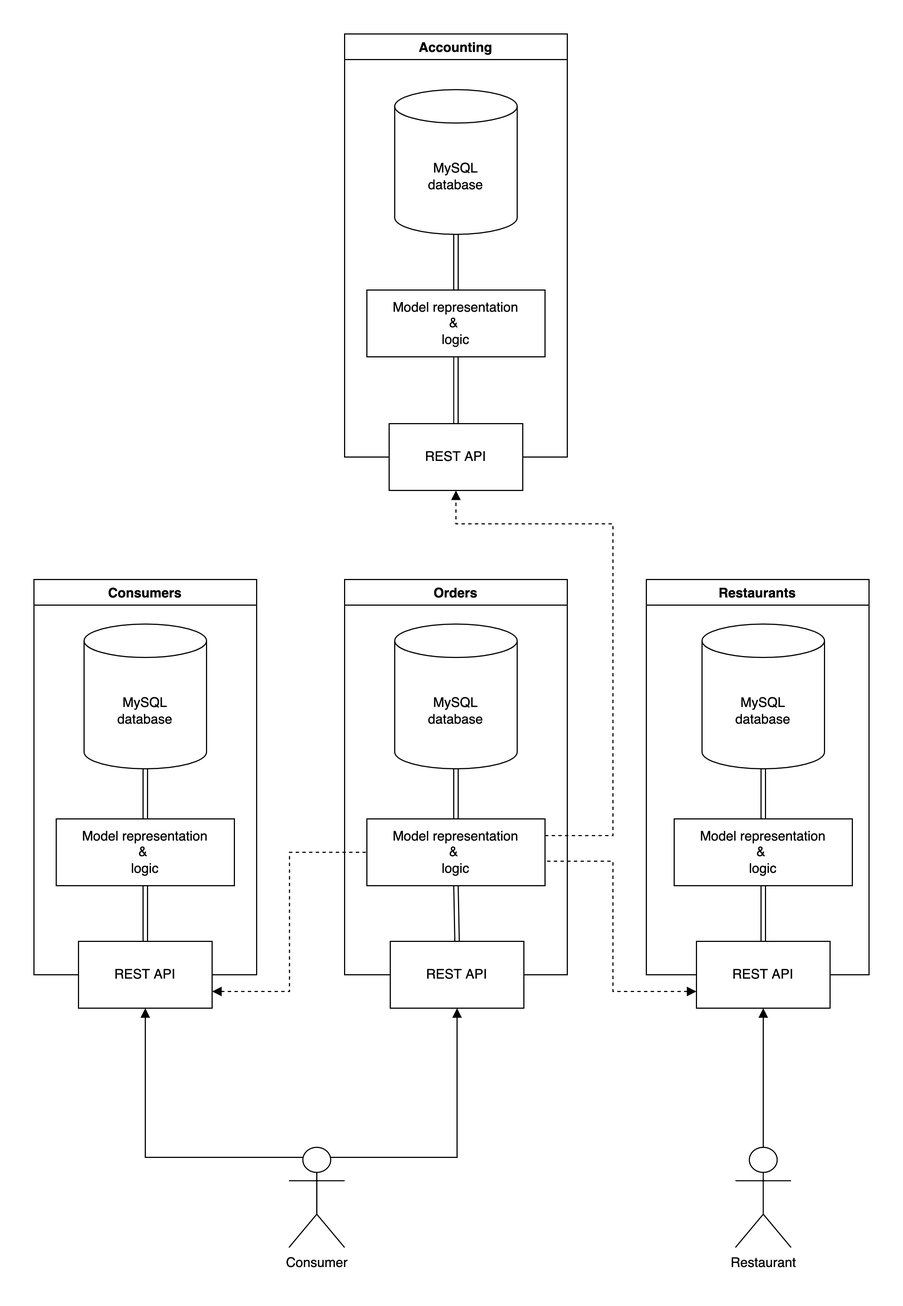
Before: assets/architecture.png, a diagram exported from draw.io (kaneeldias/ballerina-microservices-example). Source tidied: cells renumbered, new cells last; positions are measured from the earlier drawing's top-left corner, leaving out a move shared by most shapes.
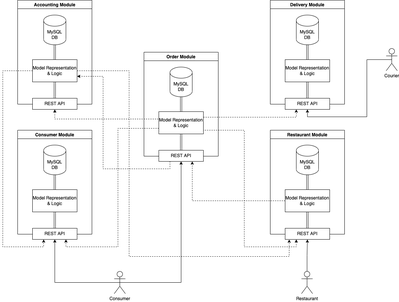
The same file after the commit.

Commit message:
Update README.md with consumer module doc

The edit, as a diff of the source:
```diff
@@ -2,113 +2,181 @@
   <root>
     <mxCell id="0" />
     <mxCell id="1" parent="0" />
-    <mxCell id="2" style="rounded=0;jettySize=auto;html=1;exitX=1;exitY=0.75;exitDx=0;exitDy=0;entryX=0;entryY=0.5;entryDx=0;entryDy=0;dashed=1;edgeStyle=orthogonalEdgeStyle;endArrow=none;endFill=0;startArrow=block;startFill=1;" parent="1" edge="1" source="17" target="14">
-      <mxGeometry relative="1" as="geometry" />
-    </mxCell>
-    <mxCell id="3" value="Consumers" style="swimlane;" parent="1" vertex="1">
-      <mxGeometry y="490" width="200" height="355" as="geometry" />
-    </mxCell>
-    <mxCell id="4" value="Model representation&lt;br&gt;&amp;amp;&amp;nbsp;&lt;br&gt;logic" style="rounded=0;whiteSpace=wrap;html=1;" parent="3" vertex="1">
-      <mxGeometry x="20" y="215" width="160" height="60" as="geometry" />
-    </mxCell>
-    <mxCell id="5" style="edgeStyle=orthogonalEdgeStyle;rounded=0;jettySize=auto;html=1;exitX=0.5;exitY=1;exitDx=0;exitDy=0;exitPerimeter=0;entryX=0.5;entryY=0;entryDx=0;entryDy=0;shape=link;" parent="3" edge="1" source="6" target="4">
-      <mxGeometry relative="1" as="geometry" />
-    </mxCell>
-    <mxCell id="6" value="MySQL&lt;br&gt;database" style="shape=cylinder3;whiteSpace=wrap;html=1;boundedLbl=1;backgroundOutline=1;size=15;" parent="3" vertex="1">
-      <mxGeometry x="45" y="40" width="110" height="130" as="geometry" />
-    </mxCell>
-    <mxCell id="7" style="edgeStyle=orthogonalEdgeStyle;rounded=0;jettySize=auto;html=1;exitX=0;exitY=0.75;exitDx=0;exitDy=0;dashed=1;endArrow=none;endFill=0;startArrow=block;startFill=1;" parent="1" edge="1" source="18">
-      <mxGeometry relative="1" as="geometry">
-        <mxPoint x="460" y="743" as="targetPoint" />
-        <Array as="points">
-          <mxPoint x="520" y="860" />
-          <mxPoint x="520" y="743" />
-        </Array>
-      </mxGeometry>
-    </mxCell>
-    <mxCell id="8" value="Restaurants" style="swimlane;" parent="1" vertex="1">
-      <mxGeometry x="550" y="490" width="200" height="355" as="geometry" />
-    </mxCell>
-    <mxCell id="9" value="Model representation&lt;br&gt;&amp;amp;&amp;nbsp;&lt;br&gt;logic" style="rounded=0;whiteSpace=wrap;html=1;" parent="8" vertex="1">
-      <mxGeometry x="25" y="215" width="160" height="60" as="geometry" />
-    </mxCell>
-    <mxCell id="10" style="edgeStyle=none;shape=link;rounded=0;jettySize=auto;html=1;exitX=0.5;exitY=1;exitDx=0;exitDy=0;exitPerimeter=0;entryX=0.5;entryY=0;entryDx=0;entryDy=0;" parent="8" edge="1" source="11" target="9">
-      <mxGeometry relative="1" as="geometry" />
-    </mxCell>
-    <mxCell id="11" value="MySQL&lt;br&gt;database" style="shape=cylinder3;whiteSpace=wrap;html=1;boundedLbl=1;backgroundOutline=1;size=15;" parent="8" vertex="1">
-      <mxGeometry x="50" y="40" width="110" height="130" as="geometry" />
-    </mxCell>
-    <mxCell id="12" style="rounded=0;jettySize=auto;html=1;exitX=1;exitY=0.25;exitDx=0;exitDy=0;entryX=0.5;entryY=1;entryDx=0;entryDy=0;startArrow=none;startFill=0;edgeStyle=orthogonalEdgeStyle;dashed=1;endArrow=block;endFill=1;" parent="1" edge="1" source="14" target="24">
-      <mxGeometry relative="1" as="geometry">
-        <Array as="points">
-          <mxPoint x="520" y="720" />
-          <mxPoint x="520" y="440" />
-          <mxPoint x="379" y="440" />
-        </Array>
-      </mxGeometry>
-    </mxCell>
-    <mxCell id="13" value="Orders" style="swimlane;" parent="1" vertex="1">
-      <mxGeometry x="279" y="490" width="200" height="355" as="geometry" />
-    </mxCell>
-    <mxCell id="14" value="Model representation&lt;br&gt;&amp;amp;&amp;nbsp;&lt;br&gt;logic" style="rounded=0;whiteSpace=wrap;html=1;" parent="13" vertex="1">
-      <mxGeometry x="20" y="215" width="160" height="60" as="geometry" />
-    </mxCell>
-    <mxCell id="15" style="edgeStyle=none;shape=link;rounded=0;jettySize=auto;html=1;exitX=0.5;exitY=1;exitDx=0;exitDy=0;exitPerimeter=0;entryX=0.5;entryY=0;entryDx=0;entryDy=0;" parent="13" edge="1" source="16" target="14">
-      <mxGeometry relative="1" as="geometry" />
-    </mxCell>
-    <mxCell id="16" value="MySQL&lt;br&gt;database" style="shape=cylinder3;whiteSpace=wrap;html=1;boundedLbl=1;backgroundOutline=1;size=15;" parent="13" vertex="1">
-      <mxGeometry x="45" y="40" width="110" height="130" as="geometry" />
-    </mxCell>
-    <mxCell id="17" value="REST API" style="rounded=0;whiteSpace=wrap;html=1;" parent="1" vertex="1">
-      <mxGeometry x="40" y="815" width="120" height="60" as="geometry" />
-    </mxCell>
-    <mxCell id="18" value="REST API" style="rounded=0;whiteSpace=wrap;html=1;" parent="1" vertex="1">
-      <mxGeometry x="595" y="815" width="120" height="60" as="geometry" />
-    </mxCell>
-    <mxCell id="19" value="REST API" style="rounded=0;whiteSpace=wrap;html=1;" parent="1" vertex="1">
-      <mxGeometry x="320" y="815" width="120" height="60" as="geometry" />
-    </mxCell>
-    <mxCell id="20" value="Accounting" style="swimlane;" parent="1" vertex="1">
-      <mxGeometry x="279" width="200" height="380" as="geometry" />
-    </mxCell>
-    <mxCell id="21" value="Model representation&lt;br&gt;&amp;amp;&amp;nbsp;&lt;br&gt;logic" style="rounded=0;whiteSpace=wrap;html=1;" parent="20" vertex="1">
-      <mxGeometry x="20" y="230" width="160" height="60" as="geometry" />
-    </mxCell>
-    <mxCell id="22" style="edgeStyle=orthogonalEdgeStyle;shape=link;rounded=0;jettySize=auto;html=1;exitX=0.5;exitY=1;exitDx=0;exitDy=0;exitPerimeter=0;entryX=0.5;entryY=0;entryDx=0;entryDy=0;startArrow=block;startFill=1;endArrow=block;endFill=1;" parent="20" edge="1" source="23" target="21">
-      <mxGeometry relative="1" as="geometry" />
-    </mxCell>
-    <mxCell id="23" value="MySQL&lt;br&gt;database" style="shape=cylinder3;whiteSpace=wrap;html=1;boundedLbl=1;backgroundOutline=1;size=15;" parent="20" vertex="1">
-      <mxGeometry x="45" y="50" width="110" height="130" as="geometry" />
-    </mxCell>
-    <mxCell id="24" value="REST API" style="rounded=0;whiteSpace=wrap;html=1;" parent="1" vertex="1">
-      <mxGeometry x="319" y="350" width="120" height="60" as="geometry" />
-    </mxCell>
-    <mxCell id="25" style="edgeStyle=none;shape=link;rounded=0;jettySize=auto;html=1;exitX=0.5;exitY=1;exitDx=0;exitDy=0;entryX=0.5;entryY=0;entryDx=0;entryDy=0;" parent="1" edge="1" source="4" target="17">
-      <mxGeometry relative="1" as="geometry" />
-    </mxCell>
-    <mxCell id="26" style="edgeStyle=none;shape=link;rounded=0;jettySize=auto;html=1;exitX=0.5;exitY=1;exitDx=0;exitDy=0;entryX=0.5;entryY=0;entryDx=0;entryDy=0;" parent="1" edge="1" source="9" target="18">
-      <mxGeometry relative="1" as="geometry" />
-    </mxCell>
-    <mxCell id="27" style="edgeStyle=none;shape=link;rounded=0;jettySize=auto;html=1;exitX=0.5;exitY=1;exitDx=0;exitDy=0;entryX=0.5;entryY=0;entryDx=0;entryDy=0;" parent="1" edge="1" source="14" target="19">
-      <mxGeometry relative="1" as="geometry" />
-    </mxCell>
-    <mxCell id="28" style="edgeStyle=orthogonalEdgeStyle;shape=link;rounded=0;jettySize=auto;html=1;exitX=0.5;exitY=1;exitDx=0;exitDy=0;entryX=0.5;entryY=0;entryDx=0;entryDy=0;startArrow=block;startFill=1;endArrow=block;endFill=1;" parent="1" edge="1" source="21" target="24">
-      <mxGeometry relative="1" as="geometry" />
-    </mxCell>
-    <mxCell id="29" style="edgeStyle=orthogonalEdgeStyle;rounded=0;jettySize=auto;html=1;exitX=0.75;exitY=0.1;exitDx=0;exitDy=0;exitPerimeter=0;entryX=0.5;entryY=1;entryDx=0;entryDy=0;startArrow=none;startFill=0;endArrow=block;endFill=1;" parent="1" edge="1" source="31" target="19">
-      <mxGeometry relative="1" as="geometry" />
-    </mxCell>
-    <mxCell id="30" style="edgeStyle=orthogonalEdgeStyle;rounded=0;jettySize=auto;html=1;exitX=0.25;exitY=0.1;exitDx=0;exitDy=0;exitPerimeter=0;entryX=0.5;entryY=1;entryDx=0;entryDy=0;startArrow=none;startFill=0;endArrow=block;endFill=1;" parent="1" edge="1" source="31" target="17">
-      <mxGeometry relative="1" as="geometry" />
-    </mxCell>
+    <mxCell id="34" value="Order Module" style="swimlane;" parent="1" vertex="1">
+      <mxGeometry x="360" y="560" width="200" height="280" as="geometry" />
+    </mxCell>
+    <mxCell id="35" value="REST API" style="rounded=0;whiteSpace=wrap;html=1;" parent="34" vertex="1">
+      <mxGeometry x="40" y="264" width="120" height="30" as="geometry" />
+    </mxCell>
+    <mxCell id="36" style="edgeStyle=orthogonalEdgeStyle;rounded=0;jettySize=auto;html=1;exitX=0.5;exitY=1;exitDx=0;exitDy=0;exitPerimeter=0;entryX=0.5;entryY=0;entryDx=0;entryDy=0;shape=link;" parent="34" edge="1" source="37" target="39">
+      <mxGeometry relative="1" as="geometry" />
+    </mxCell>
+    <mxCell id="37" value="MySQL&lt;br&gt;DB" style="shape=cylinder3;whiteSpace=wrap;html=1;boundedLbl=1;backgroundOutline=1;size=15;" parent="34" vertex="1">
+      <mxGeometry x="70" y="40" width="60" height="80" as="geometry" />
+    </mxCell>
+    <mxCell id="38" style="edgeStyle=orthogonalEdgeStyle;shape=link;rounded=0;jettySize=auto;html=1;exitX=0.5;exitY=1;exitDx=0;exitDy=0;entryX=0.5;entryY=0;entryDx=0;entryDy=0;" parent="34" edge="1" source="39" target="35">
+      <mxGeometry relative="1" as="geometry" />
+    </mxCell>
+    <mxCell id="39" value="Model Representation &amp;amp; Logic" style="rounded=0;whiteSpace=wrap;html=1;" parent="34" vertex="1">
+      <mxGeometry x="40" y="160" width="120" height="60" as="geometry" />
+    </mxCell>
+    <mxCell id="40" value="Consumer Module" style="swimlane;" parent="1" vertex="1">
+      <mxGeometry x="20" y="770" width="200" height="280" as="geometry" />
+    </mxCell>
+    <mxCell id="41" value="REST API" style="rounded=0;whiteSpace=wrap;html=1;" parent="40" vertex="1">
+      <mxGeometry x="40" y="264" width="120" height="30" as="geometry" />
+    </mxCell>
+    <mxCell id="42" style="edgeStyle=orthogonalEdgeStyle;rounded=0;jettySize=auto;html=1;exitX=0.5;exitY=1;exitDx=0;exitDy=0;exitPerimeter=0;entryX=0.5;entryY=0;entryDx=0;entryDy=0;shape=link;" parent="40" edge="1" source="43" target="45">
+      <mxGeometry relative="1" as="geometry" />
+    </mxCell>
+    <mxCell id="43" value="MySQL&lt;br&gt;DB" style="shape=cylinder3;whiteSpace=wrap;html=1;boundedLbl=1;backgroundOutline=1;size=15;" parent="40" vertex="1">
+      <mxGeometry x="70" y="40" width="60" height="80" as="geometry" />
+    </mxCell>
+    <mxCell id="44" style="edgeStyle=orthogonalEdgeStyle;shape=link;rounded=0;jettySize=auto;html=1;exitX=0.5;exitY=1;exitDx=0;exitDy=0;entryX=0.5;entryY=0;entryDx=0;entryDy=0;" parent="40" edge="1" source="45" target="41">
+      <mxGeometry relative="1" as="geometry" />
+    </mxCell>
+    <mxCell id="45" value="Model Representation &amp;amp; Logic" style="rounded=0;whiteSpace=wrap;html=1;" parent="40" vertex="1">
+      <mxGeometry x="40" y="160" width="120" height="60" as="geometry" />
+    </mxCell>
+    <mxCell id="46" value="Restaurant Module" style="swimlane;" parent="1" vertex="1">
+      <mxGeometry x="700" y="770" width="200" height="280" as="geometry" />
+    </mxCell>
+    <mxCell id="47" value="REST API" style="rounded=0;whiteSpace=wrap;html=1;" parent="46" vertex="1">
+      <mxGeometry x="40" y="264" width="120" height="30" as="geometry" />
+    </mxCell>
+    <mxCell id="48" style="edgeStyle=orthogonalEdgeStyle;rounded=0;jettySize=auto;html=1;exitX=0.5;exitY=1;exitDx=0;exitDy=0;exitPerimeter=0;entryX=0.5;entryY=0;entryDx=0;entryDy=0;shape=link;" parent="46" edge="1" source="49" target="51">
+      <mxGeometry relative="1" as="geometry" />
+    </mxCell>
+    <mxCell id="49" value="MySQL&lt;br&gt;DB" style="shape=cylinder3;whiteSpace=wrap;html=1;boundedLbl=1;backgroundOutline=1;size=15;" parent="46" vertex="1">
+      <mxGeometry x="70" y="40" width="60" height="80" as="geometry" />
+    </mxCell>
+    <mxCell id="50" style="edgeStyle=orthogonalEdgeStyle;shape=link;rounded=0;jettySize=auto;html=1;exitX=0.5;exitY=1;exitDx=0;exitDy=0;entryX=0.5;entryY=0;entryDx=0;entryDy=0;" parent="46" edge="1" source="51" target="47">
+      <mxGeometry relative="1" as="geometry" />
+    </mxCell>
+    <mxCell id="51" value="Model Representation &amp;amp; Logic" style="rounded=0;whiteSpace=wrap;html=1;" parent="46" vertex="1">
+      <mxGeometry x="40" y="160" width="120" height="60" as="geometry" />
+    </mxCell>
+    <mxCell id="52" value="Delivery Module" style="swimlane;" parent="1" vertex="1">
+      <mxGeometry x="700" y="420" width="200" height="280" as="geometry" />
+    </mxCell>
+    <mxCell id="53" value="REST API" style="rounded=0;whiteSpace=wrap;html=1;" parent="52" vertex="1">
+      <mxGeometry x="40" y="264" width="120" height="30" as="geometry" />
+    </mxCell>
+    <mxCell id="54" style="edgeStyle=orthogonalEdgeStyle;rounded=0;jettySize=auto;html=1;exitX=0.5;exitY=1;exitDx=0;exitDy=0;exitPerimeter=0;entryX=0.5;entryY=0;entryDx=0;entryDy=0;shape=link;" parent="52" edge="1" source="55" target="57">
+      <mxGeometry relative="1" as="geometry" />
+    </mxCell>
+    <mxCell id="55" value="MySQL&lt;br&gt;DB" style="shape=cylinder3;whiteSpace=wrap;html=1;boundedLbl=1;backgroundOutline=1;size=15;" parent="52" vertex="1">
+      <mxGeometry x="70" y="40" width="60" height="80" as="geometry" />
+    </mxCell>
+    <mxCell id="56" style="edgeStyle=orthogonalEdgeStyle;shape=link;rounded=0;jettySize=auto;html=1;exitX=0.5;exitY=1;exitDx=0;exitDy=0;entryX=0.5;entryY=0;entryDx=0;entryDy=0;" parent="52" edge="1" source="57" target="53">
+      <mxGeometry relative="1" as="geometry" />
+    </mxCell>
+    <mxCell id="57" value="Model Representation &amp;amp; Logic" style="rounded=0;whiteSpace=wrap;html=1;" parent="52" vertex="1">
+      <mxGeometry x="40" y="160" width="120" height="60" as="geometry" />
+    </mxCell>
+    <mxCell id="58" value="Accounting Module" style="swimlane;" parent="1" vertex="1">
+      <mxGeometry x="20" y="420" width="200" height="280" as="geometry" />
+    </mxCell>
+    <mxCell id="59" value="REST API" style="rounded=0;whiteSpace=wrap;html=1;" parent="58" vertex="1">
+      <mxGeometry x="40" y="264" width="120" height="30" as="geometry" />
+    </mxCell>
+    <mxCell id="60" style="edgeStyle=orthogonalEdgeStyle;rounded=0;jettySize=auto;html=1;exitX=0.5;exitY=1;exitDx=0;exitDy=0;exitPerimeter=0;entryX=0.5;entryY=0;entryDx=0;entryDy=0;shape=link;" parent="58" edge="1" source="61" target="63">
+      <mxGeometry relative="1" as="geometry" />
+    </mxCell>
+    <mxCell id="61" value="MySQL&lt;br&gt;DB" style="shape=cylinder3;whiteSpace=wrap;html=1;boundedLbl=1;backgroundOutline=1;size=15;" parent="58" vertex="1">
+      <mxGeometry x="70" y="40" width="60" height="80" as="geometry" />
+    </mxCell>
+    <mxCell id="62" style="edgeStyle=orthogonalEdgeStyle;shape=link;rounded=0;jettySize=auto;html=1;exitX=0.5;exitY=1;exitDx=0;exitDy=0;entryX=0.5;entryY=0;entryDx=0;entryDy=0;" parent="58" edge="1" source="63" target="59">
+      <mxGeometry relative="1" as="geometry" />
+    </mxCell>
+    <mxCell id="63" value="Model Representation &amp;amp; Logic" style="rounded=0;whiteSpace=wrap;html=1;" parent="58" vertex="1">
+      <mxGeometry x="40" y="160" width="120" height="60" as="geometry" />
+    </mxCell>
+    <mxCell id="64" style="edgeStyle=orthogonalEdgeStyle;rounded=0;jettySize=auto;html=1;exitX=0.5;exitY=0.5;exitDx=0;exitDy=0;exitPerimeter=0;entryX=0.5;entryY=1;entryDx=0;entryDy=0;" parent="1" edge="1" source="31" target="41">
+      <mxGeometry relative="1" as="geometry" />
+    </mxCell>
+    <mxCell id="65" style="edgeStyle=orthogonalEdgeStyle;rounded=0;jettySize=auto;html=1;exitX=0.5;exitY=0.5;exitDx=0;exitDy=0;exitPerimeter=0;entryX=0.5;entryY=1;entryDx=0;entryDy=0;" parent="1" edge="1" source="31" target="35">
+      <mxGeometry relative="1" as="geometry" />
+    </mxCell>
     <mxCell id="31" value="Consumer" style="shape=umlActor;verticalLabelPosition=bottom;verticalAlign=top;html=1;outlineConnect=0;" parent="1" vertex="1">
-      <mxGeometry x="229" y="1000" width="50" height="90" as="geometry" />
+      <mxGeometry x="280" y="1150" width="30" height="60" as="geometry" />
     </mxCell>
-    <mxCell id="32" style="edgeStyle=orthogonalEdgeStyle;rounded=0;jettySize=auto;html=1;exitX=0.5;exitY=0;exitDx=0;exitDy=0;exitPerimeter=0;entryX=0.5;entryY=1;entryDx=0;entryDy=0;startArrow=none;startFill=0;endArrow=block;endFill=1;" parent="1" edge="1" source="33" target="18">
-      <mxGeometry relative="1" as="geometry" />
-    </mxCell>
+    <mxCell id="66" style="edgeStyle=orthogonalEdgeStyle;rounded=0;jettySize=auto;html=1;exitX=0.5;exitY=0;exitDx=0;exitDy=0;exitPerimeter=0;entryX=0.5;entryY=1;entryDx=0;entryDy=0;" parent="1" edge="1" source="33" target="47">
+      <mxGeometry relative="1" as="geometry" />
+    </mxCell>
     <mxCell id="33" value="Restaurant" style="shape=umlActor;verticalLabelPosition=bottom;verticalAlign=top;html=1;outlineConnect=0;" parent="1" vertex="1">
-      <mxGeometry x="630" y="1000" width="50" height="90" as="geometry" />
+      <mxGeometry x="784" y="1150" width="30" height="60" as="geometry" />
     </mxCell>
+    <mxCell id="67" style="edgeStyle=orthogonalEdgeStyle;rounded=0;jettySize=auto;html=1;exitX=0.5;exitY=0.5;exitDx=0;exitDy=0;exitPerimeter=0;entryX=0.5;entryY=1;entryDx=0;entryDy=0;" parent="1" edge="1" source="68" target="53">
+      <mxGeometry relative="1" as="geometry">
+        <Array as="points">
+          <mxPoint x="960" y="580" />
+          <mxPoint x="960" y="734" />
+          <mxPoint x="800" y="734" />
+        </Array>
+      </mxGeometry>
+    </mxCell>
+    <mxCell id="68" value="Courier" style="shape=umlActor;verticalLabelPosition=bottom;verticalAlign=top;html=1;outlineConnect=0;" parent="1" vertex="1">
+      <mxGeometry x="1012" y="550" width="30" height="60" as="geometry" />
+    </mxCell>
+    <mxCell id="69" style="edgeStyle=orthogonalEdgeStyle;rounded=0;jettySize=auto;html=1;exitX=1;exitY=0.5;exitDx=0;exitDy=0;entryX=0.25;entryY=1;entryDx=0;entryDy=0;dashed=1;startArrow=none;startFill=0;" parent="1" edge="1" source="39" target="47">
+      <mxGeometry relative="1" as="geometry">
+        <Array as="points">
+          <mxPoint x="520" y="770" />
+          <mxPoint x="630" y="770" />
+          <mxPoint x="630" y="1084" />
+          <mxPoint x="770" y="1084" />
+        </Array>
+      </mxGeometry>
+    </mxCell>
+    <mxCell id="70" style="edgeStyle=orthogonalEdgeStyle;rounded=0;jettySize=auto;html=1;exitX=0;exitY=0.75;exitDx=0;exitDy=0;entryX=0.75;entryY=1;entryDx=0;entryDy=0;dashed=1;" parent="1" edge="1" source="39" target="41">
+      <mxGeometry relative="1" as="geometry">
+        <Array as="points">
+          <mxPoint x="290" y="765" />
+          <mxPoint x="290" y="1084" />
+          <mxPoint x="150" y="1084" />
+        </Array>
+      </mxGeometry>
+    </mxCell>
+    <mxCell id="71" style="edgeStyle=orthogonalEdgeStyle;rounded=0;jettySize=auto;html=1;entryX=0.5;entryY=1;entryDx=0;entryDy=0;dashed=1;startArrow=none;startFill=0;exitX=-0.013;exitY=0.332;exitDx=0;exitDy=0;exitPerimeter=0;" parent="1" edge="1" source="39" target="59">
+      <mxGeometry relative="1" as="geometry">
+        <Array as="points">
+          <mxPoint x="120" y="740" />
+        </Array>
+      </mxGeometry>
+    </mxCell>
+    <mxCell id="72" style="edgeStyle=orthogonalEdgeStyle;rounded=0;jettySize=auto;html=1;exitX=1;exitY=0.25;exitDx=0;exitDy=0;entryX=0.25;entryY=1;entryDx=0;entryDy=0;dashed=1;" parent="1" edge="1" source="39" target="53">
+      <mxGeometry relative="1" as="geometry" />
+    </mxCell>
+    <mxCell id="73" style="edgeStyle=orthogonalEdgeStyle;rounded=0;jettySize=auto;html=1;exitX=0;exitY=0.5;exitDx=0;exitDy=0;entryX=0.25;entryY=1;entryDx=0;entryDy=0;startArrow=none;startFill=0;dashed=1;" parent="1" edge="1" source="63" target="41">
+      <mxGeometry relative="1" as="geometry">
+        <Array as="points">
+          <mxPoint x="-20" y="610" />
+          <mxPoint x="-20" y="1084" />
+          <mxPoint x="90" y="1084" />
+        </Array>
+      </mxGeometry>
+    </mxCell>
+    <mxCell id="74" style="edgeStyle=orthogonalEdgeStyle;rounded=0;jettySize=auto;html=1;exitX=1;exitY=0.5;exitDx=0;exitDy=0;entryX=0.091;entryY=1.011;entryDx=0;entryDy=0;entryPerimeter=0;dashed=1;startArrow=none;startFill=0;" parent="1" edge="1" source="63" target="47">
+      <mxGeometry relative="1" as="geometry">
+        <Array as="points">
+          <mxPoint x="320" y="610" />
+          <mxPoint x="320" y="1110" />
+          <mxPoint x="751" y="1110" />
+        </Array>
+      </mxGeometry>
+    </mxCell>
+    <mxCell id="75" style="edgeStyle=orthogonalEdgeStyle;rounded=0;jettySize=auto;html=1;exitX=0;exitY=0.5;exitDx=0;exitDy=0;entryX=0.75;entryY=1;entryDx=0;entryDy=0;dashed=1;startArrow=none;startFill=0;" parent="1" edge="1" source="51" target="35">
+      <mxGeometry relative="1" as="geometry" />
+    </mxCell>
+    <mxCell id="76" style="edgeStyle=orthogonalEdgeStyle;rounded=0;jettySize=auto;html=1;exitX=0.25;exitY=1;exitDx=0;exitDy=0;entryX=1;entryY=0.75;entryDx=0;entryDy=0;dashed=1;startArrow=none;startFill=0;" parent="1" edge="1" source="35" target="63">
+      <mxGeometry relative="1" as="geometry">
+        <Array as="points">
+          <mxPoint x="430" y="874" />
+          <mxPoint x="250" y="874" />
+          <mxPoint x="250" y="625" />
+        </Array>
+      </mxGeometry>
+    </mxCell>
   </root>
 </mxGraphModel>
```
